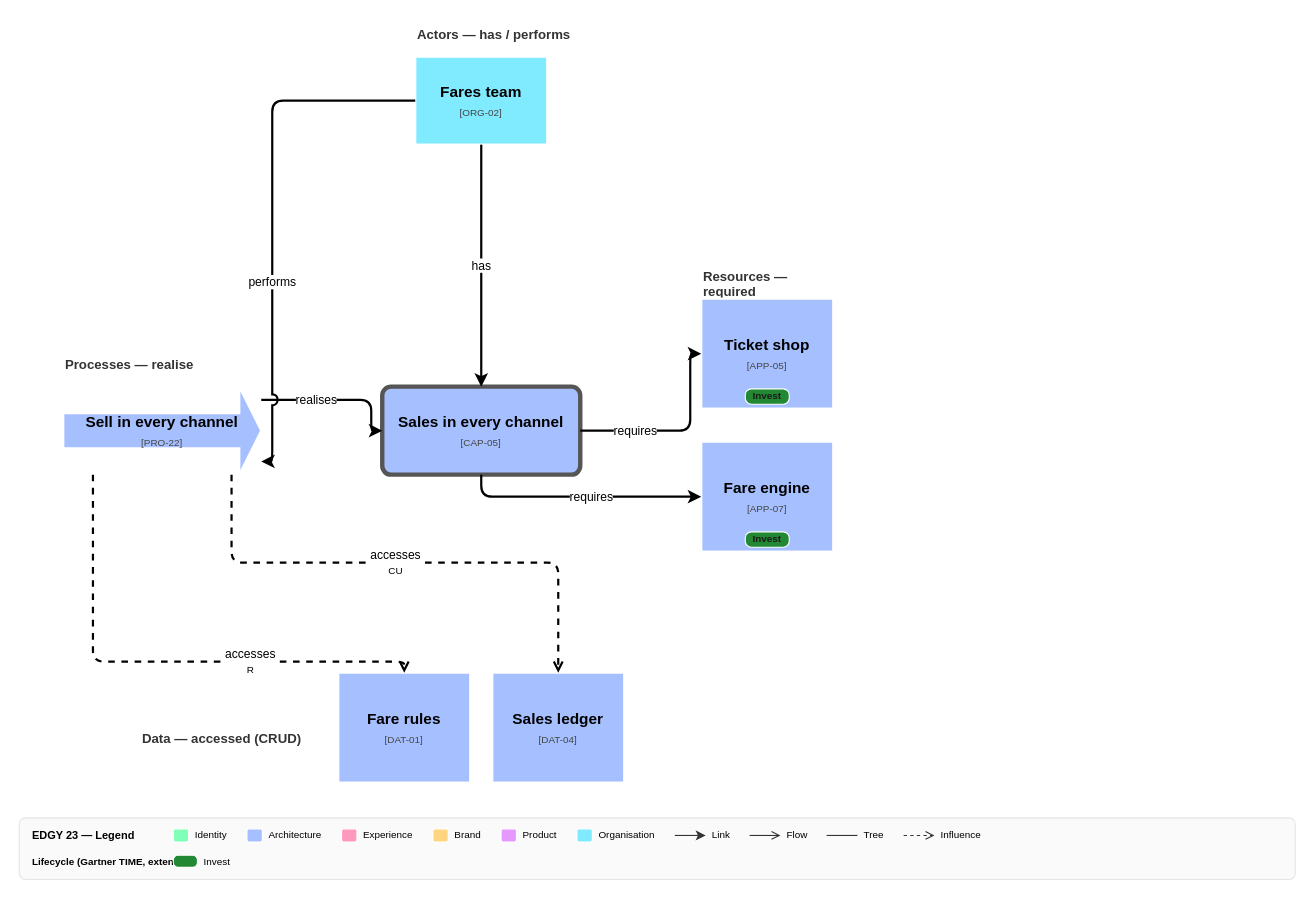
Rahola/edgy-skills keeps this draw.io diagram as page "Capability · CAP-05 Sales in every channel" (1 of 4) of skills/documentation/edgy-diagram/examples/expected-capability-view.drawio. Above is the earlier version. Source tidied: cells renumbered, new cells numbered last; positions are measured from the earlier drawing's top-left corner, leaving out a move shared by most shapes. Both pictures are drawn from the tidied source at 110%, with x=0, y=0 at pixel (19, 19).
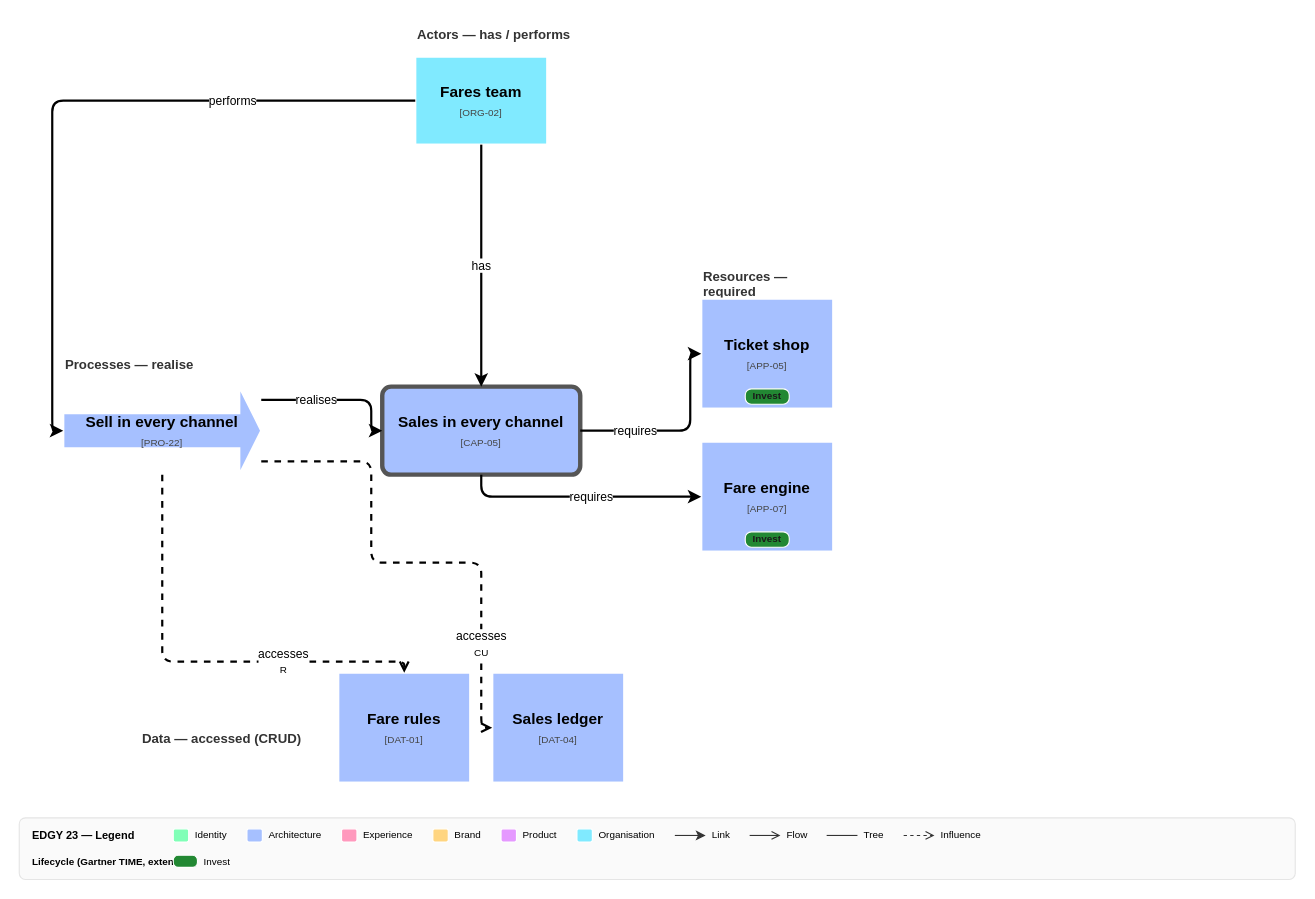
The same diagram, later.

The change refers to these unchanged cells:
```xml
<mxCell id="7" value="&lt;b&gt;Sell in every channel&lt;/b&gt;&lt;br&gt;&lt;font style=&quot;font-size:9px;color:#444444;font-weight:normal&quot;&gt;[PRO-22]&lt;/font&gt;" style="shape=mxgraph.arrows2.arrow;dy=0.6;dx=20;notch=0;whiteSpace=wrap;html=1;fillColor=#a6c0ff;strokeColor=#FFFFFF;strokeWidth=2;verticalAlign=middle;fontStyle=1;fontSize=14;edgyId=PRO-22;edgyType=process;edgyFacet=architecture;edgyOcc=capability-cap-05-sales-in-every-channel/7;" parent="1" vertex="1">
  <mxGeometry x="40" y="334" width="180" height="80" as="geometry" />
</mxCell>
<mxCell id="12" value="&lt;b&gt;Fares team&lt;/b&gt;&lt;br&gt;&lt;font style=&quot;font-size:9px;color:#444444;font-weight:normal&quot;&gt;[ORG-02]&lt;/font&gt;" style="whiteSpace=wrap;html=1;fillColor=#80eaff;strokeColor=#FFFFFF;strokeWidth=2;verticalAlign=middle;fontStyle=1;fontSize=14;edgyId=ORG-02;edgyType=organisation;edgyFacet=intersection;edgyOcc=capability-cap-05-sales-in-every-channel/12;" parent="1" vertex="1">
  <mxGeometry x="360" y="34" width="120" height="80" as="geometry" />
</mxCell>
<mxCell id="13" value="&lt;b&gt;Fare rules&lt;/b&gt;&lt;br&gt;&lt;font style=&quot;font-size:9px;color:#444444;font-weight:normal&quot;&gt;[DAT-01]&lt;/font&gt;" style="whiteSpace=wrap;html=1;fillColor=#a6c0ff;strokeColor=#FFFFFF;strokeWidth=2;verticalAlign=middle;fontStyle=1;fontSize=14;edgyId=DAT-01;edgyType=asset;edgyKind=data;edgyFacet=architecture;edgyOcc=capability-cap-05-sales-in-every-channel/13;" parent="1" vertex="1">
  <mxGeometry x="290" y="594" width="120" height="100" as="geometry" />
</mxCell>
<mxCell id="14" value="&lt;b&gt;Sales ledger&lt;/b&gt;&lt;br&gt;&lt;font style=&quot;font-size:9px;color:#444444;font-weight:normal&quot;&gt;[DAT-04]&lt;/font&gt;" style="whiteSpace=wrap;html=1;fillColor=#a6c0ff;strokeColor=#FFFFFF;strokeWidth=2;verticalAlign=middle;fontStyle=1;fontSize=14;edgyId=DAT-04;edgyType=asset;edgyKind=data;edgyFacet=architecture;edgyOcc=capability-cap-05-sales-in-every-channel/14;" parent="1" vertex="1">
  <mxGeometry x="430" y="594" width="120" height="100" as="geometry" />
</mxCell>
```

What changed in the source:
```diff
@@
-    <mxCell id="19" value="performs" style="edgeStyle=orthogonalEdgeStyle;rounded=1;strokeWidth=2;fontSize=11;html=1;jumpStyle=arc;jumpSize=8;labelBackgroundColor=#ffffff;labelBorderColor=none;endArrow=classic;endFill=1;exitX=0.0;exitY=0.5;exitDx=0;exitDy=0;entryX=1.0;entryY=0.85;entryDx=0;entryDy=0;" parent="1" edge="1" source="12" target="7">
-      <mxGeometry x="0.26" relative="1" as="geometry">
+    <mxCell id="19" value="performs" style="edgeStyle=orthogonalEdgeStyle;rounded=1;strokeWidth=2;fontSize=11;html=1;jumpStyle=arc;jumpSize=8;labelBackgroundColor=#ffffff;labelBorderColor=none;endArrow=classic;endFill=1;exitX=0.0;exitY=0.5;exitDx=0;exitDy=0;entryX=0.0;entryY=0.5;entryDx=0;entryDy=0;" parent="1" edge="1" source="12" target="7">
+      <mxGeometry x="-0.48" relative="1" as="geometry">
         <Array as="points">
           <mxPoint x="350" y="74" />
-          <mxPoint x="230" y="74" />
-          <mxPoint x="230" y="402" />
+          <mxPoint x="30" y="74" />
+          <mxPoint x="30" y="374" />
         </Array>
       </mxGeometry>
     </mxCell>
-    <mxCell id="20" value="accesses&lt;br&gt;&lt;font style=&quot;font-size:9px&quot;&gt;R&lt;/font&gt;" style="edgeStyle=orthogonalEdgeStyle;rounded=1;strokeWidth=2;fontSize=11;html=1;jumpStyle=arc;jumpSize=8;labelBackgroundColor=#ffffff;labelBorderColor=none;endArrow=open;endFill=0;dashed=1;exitX=0.15;exitY=1.0;exitDx=0;exitDy=0;entryX=0.5;entryY=0.0;entryDx=0;entryDy=0;" parent="1" edge="1" source="7" target="13">
-      <mxGeometry x="0.35" relative="1" as="geometry">
+    <mxCell id="20" value="accesses&lt;br&gt;&lt;font style=&quot;font-size:9px&quot;&gt;R&lt;/font&gt;" style="edgeStyle=orthogonalEdgeStyle;rounded=1;strokeWidth=2;fontSize=11;html=1;jumpStyle=arc;jumpSize=8;labelBackgroundColor=#ffffff;labelBorderColor=none;endArrow=open;endFill=0;dashed=1;exitX=0.5;exitY=1.0;exitDx=0;exitDy=0;entryX=0.5;entryY=0.0;entryDx=0;entryDy=0;" parent="1" edge="1" source="7" target="13">
+      <mxGeometry x="0.4" relative="1" as="geometry">
         <Array as="points">
-          <mxPoint x="67" y="424" />
-          <mxPoint x="67" y="584" />
+          <mxPoint x="130" y="424" />
+          <mxPoint x="130" y="584" />
           <mxPoint x="350" y="584" />
         </Array>
       </mxGeometry>
     </mxCell>
-    <mxCell id="21" value="accesses&lt;br&gt;&lt;font style=&quot;font-size:9px&quot;&gt;CU&lt;/font&gt;" style="edgeStyle=orthogonalEdgeStyle;rounded=1;strokeWidth=2;fontSize=11;html=1;jumpStyle=arc;jumpSize=8;labelBackgroundColor=#ffffff;labelBorderColor=none;endArrow=open;endFill=0;dashed=1;exitX=0.85;exitY=1.0;exitDx=0;exitDy=0;entryX=0.5;entryY=0.0;entryDx=0;entryDy=0;" parent="1" edge="1" source="7" target="14">
-      <mxGeometry x="-0.04" relative="1" as="geometry">
+    <mxCell id="21" value="accesses&lt;br&gt;&lt;font style=&quot;font-size:9px&quot;&gt;CU&lt;/font&gt;" style="edgeStyle=orthogonalEdgeStyle;rounded=1;strokeWidth=2;fontSize=11;html=1;jumpStyle=arc;jumpSize=8;labelBackgroundColor=#ffffff;labelBorderColor=none;endArrow=open;endFill=0;dashed=1;exitX=1.0;exitY=0.85;exitDx=0;exitDy=0;entryX=0.0;entryY=0.5;entryDx=0;entryDy=0;" parent="1" edge="1" source="7" target="14">
+      <mxGeometry x="0.62" relative="1" as="geometry">
         <Array as="points">
-          <mxPoint x="193" y="424" />
-          <mxPoint x="193" y="494" />
-          <mxPoint x="490" y="494" />
-          <mxPoint x="490" y="584" />
+          <mxPoint x="230" y="402" />
+          <mxPoint x="320" y="402" />
+          <mxPoint x="320" y="494" />
+          <mxPoint x="420" y="494" />
+          <mxPoint x="420" y="644" />
         </Array>
       </mxGeometry>
     </mxCell>
```
